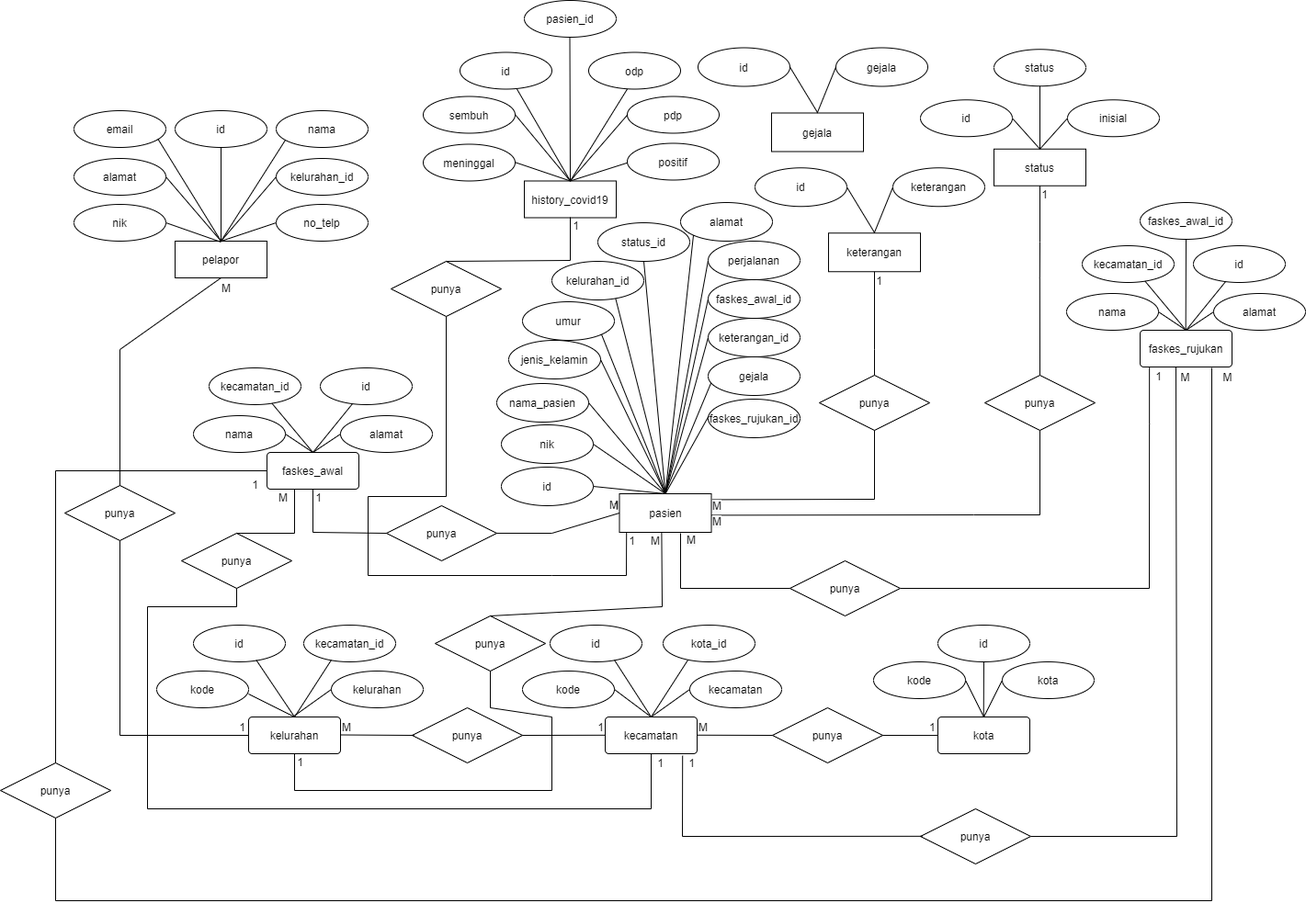
Above: ERD Covid-19.png in axxpxmd/flowchart (draw.io), before the change. Source tidied: cells renumbered, new cells last; positions are measured from the earlier drawing's top-left corner, leaving out a move shared by most shapes.
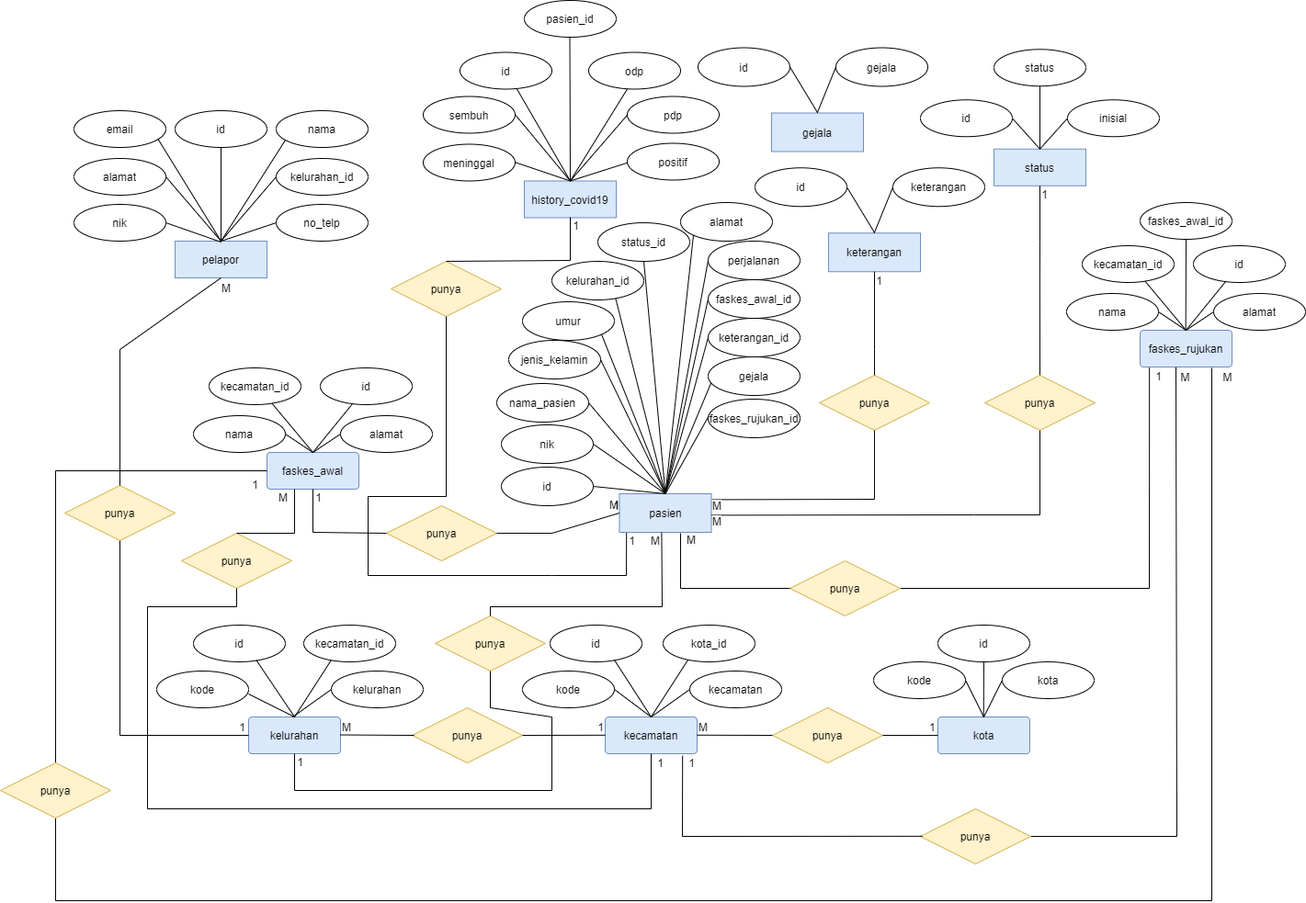
After the commit.

Change to the diagram source:
```diff
@@ -2,7 +2,7 @@
   <root>
     <mxCell id="0" />
     <mxCell id="1" parent="0" />
-    <mxCell id="2" value="pelapor" style="whiteSpace=wrap;html=1;align=center;" parent="1" vertex="1">
+    <mxCell id="2" value="pelapor" style="whiteSpace=wrap;html=1;align=center;fillColor=#dae8fc;strokeColor=#6c8ebf;" parent="1" vertex="1">
       <mxGeometry x="190" y="262" width="100" height="40" as="geometry" />
     </mxCell>
     <mxCell id="3" value="nik" style="ellipse;whiteSpace=wrap;html=1;align=center;" parent="1" vertex="1">
@@ -26,7 +26,7 @@
     <mxCell id="9" value="alamat" style="ellipse;whiteSpace=wrap;html=1;align=center;" parent="1" vertex="1">
       <mxGeometry x="80" y="172" width="100" height="40" as="geometry" />
     </mxCell>
-    <mxCell id="10" value="status" style="whiteSpace=wrap;html=1;align=center;" parent="1" vertex="1">
+    <mxCell id="10" value="status" style="whiteSpace=wrap;html=1;align=center;fillColor=#dae8fc;strokeColor=#6c8ebf;" parent="1" vertex="1">
       <mxGeometry x="1081" y="161.8" width="100" height="40" as="geometry" />
     </mxCell>
     <mxCell id="11" value="status" style="ellipse;whiteSpace=wrap;html=1;align=center;" parent="1" vertex="1">
@@ -35,7 +35,7 @@
     <mxCell id="12" value="inisial" style="ellipse;whiteSpace=wrap;html=1;align=center;" parent="1" vertex="1">
       <mxGeometry x="1161" y="108.2" width="100" height="40" as="geometry" />
     </mxCell>
-    <mxCell id="13" value="history_covid19" style="whiteSpace=wrap;html=1;align=center;" parent="1" vertex="1">
+    <mxCell id="13" value="history_covid19" style="whiteSpace=wrap;html=1;align=center;fillColor=#dae8fc;strokeColor=#6c8ebf;" parent="1" vertex="1">
       <mxGeometry x="570" y="196.5" width="100" height="40" as="geometry" />
     </mxCell>
     <mxCell id="14" value="odp" style="ellipse;whiteSpace=wrap;html=1;align=center;" parent="1" vertex="1">
@@ -53,7 +53,7 @@
     <mxCell id="18" value="meninggal" style="ellipse;whiteSpace=wrap;html=1;align=center;" parent="1" vertex="1">
       <mxGeometry x="460" y="156.5" width="100" height="40" as="geometry" />
     </mxCell>
-    <mxCell id="19" value="pasien" style="whiteSpace=wrap;html=1;align=center;verticalAlign=middle;" parent="1" vertex="1">
+    <mxCell id="19" value="pasien" style="whiteSpace=wrap;html=1;align=center;verticalAlign=middle;fillColor=#dae8fc;strokeColor=#6c8ebf;" parent="1" vertex="1">
       <mxGeometry x="673.5" y="537" width="100" height="42" as="geometry" />
     </mxCell>
     <mxCell id="20" value="alamat&lt;br&gt;" style="ellipse;whiteSpace=wrap;html=1;align=center;verticalAlign=middle;" parent="1" vertex="1">
@@ -114,7 +114,7 @@
     <mxCell id="37" style="endArrow=none;html=1;rounded=0;exitX=0.5;exitY=0;exitDx=0;exitDy=0;entryX=0;entryY=0.5;entryDx=0;entryDy=0;verticalAlign=middle;" parent="1" edge="1" source="19" target="27">
       <mxGeometry relative="1" as="geometry" />
     </mxCell>
-    <mxCell id="38" value="kelurahan" style="rounded=1;arcSize=10;whiteSpace=wrap;html=1;align=center;" parent="1" vertex="1">
+    <mxCell id="38" value="kelurahan" style="rounded=1;arcSize=10;whiteSpace=wrap;html=1;align=center;fillColor=#dae8fc;strokeColor=#6c8ebf;" parent="1" vertex="1">
       <mxGeometry x="270" y="780" width="100" height="40" as="geometry" />
     </mxCell>
     <mxCell id="39" value="kode" style="ellipse;whiteSpace=wrap;html=1;align=center;" parent="1" vertex="1">
@@ -123,7 +123,7 @@
     <mxCell id="40" value="kelurahan" style="ellipse;whiteSpace=wrap;html=1;align=center;" parent="1" vertex="1">
       <mxGeometry x="360" y="730" width="100" height="40" as="geometry" />
     </mxCell>
-    <mxCell id="41" value="kecamatan" style="rounded=1;arcSize=10;whiteSpace=wrap;html=1;align=center;" parent="1" vertex="1">
+    <mxCell id="41" value="kecamatan" style="rounded=1;arcSize=10;whiteSpace=wrap;html=1;align=center;fillColor=#dae8fc;strokeColor=#6c8ebf;" parent="1" vertex="1">
       <mxGeometry x="658" y="780" width="100" height="40" as="geometry" />
     </mxCell>
     <mxCell id="42" value="kode" style="ellipse;whiteSpace=wrap;html=1;align=center;" parent="1" vertex="1">
@@ -138,7 +138,7 @@
     <mxCell id="45" style="endArrow=none;html=1;rounded=0;exitX=1;exitY=0.5;exitDx=0;exitDy=0;entryX=0.5;entryY=0;entryDx=0;entryDy=0;" parent="1" edge="1" source="42" target="41">
       <mxGeometry relative="1" as="geometry" />
     </mxCell>
-    <mxCell id="46" value="kota" style="rounded=1;arcSize=10;whiteSpace=wrap;html=1;align=center;" parent="1" vertex="1">
+    <mxCell id="46" value="kota" style="rounded=1;arcSize=10;whiteSpace=wrap;html=1;align=center;fillColor=#dae8fc;strokeColor=#6c8ebf;" parent="1" vertex="1">
       <mxGeometry x="1020" y="780" width="100" height="40" as="geometry" />
     </mxCell>
     <mxCell id="47" value="kode" style="ellipse;whiteSpace=wrap;html=1;align=center;" parent="1" vertex="1">
@@ -153,7 +153,7 @@
     <mxCell id="50" style="endArrow=none;html=1;rounded=0;exitX=1;exitY=0.5;exitDx=0;exitDy=0;entryX=0.5;entryY=0;entryDx=0;entryDy=0;" parent="1" edge="1" source="47" target="46">
       <mxGeometry relative="1" as="geometry" />
     </mxCell>
-    <mxCell id="51" value="faskes_awal" style="rounded=1;arcSize=10;whiteSpace=wrap;html=1;align=center;" parent="1" vertex="1">
+    <mxCell id="51" value="faskes_awal" style="rounded=1;arcSize=10;whiteSpace=wrap;html=1;align=center;fillColor=#dae8fc;strokeColor=#6c8ebf;" parent="1" vertex="1">
       <mxGeometry x="290" y="492" width="100" height="40" as="geometry" />
     </mxCell>
     <mxCell id="52" value="nama" style="ellipse;whiteSpace=wrap;html=1;align=center;" parent="1" vertex="1">
@@ -181,7 +181,7 @@
         <mxPoint x="708" y="780" as="sourcePoint" />
       </mxGeometry>
     </mxCell>
-    <mxCell id="59" value="keterangan" style="whiteSpace=wrap;html=1;align=center;verticalAlign=middle;" parent="1" vertex="1">
+    <mxCell id="59" value="keterangan" style="whiteSpace=wrap;html=1;align=center;verticalAlign=middle;fillColor=#dae8fc;strokeColor=#6c8ebf;" parent="1" vertex="1">
       <mxGeometry x="901" y="253.2" width="100" height="42" as="geometry" />
     </mxCell>
     <mxCell id="60" value="&lt;span style=&quot;color: rgba(0 , 0 , 0 , 0) ; font-family: monospace ; font-size: 0px&quot;&gt;%3CmxGraphModel%3E%3Croot%3E%3CmxCell%20id%3D%220%22%2F%3E%3CmxCell%20id%3D%221%22%20parent%3D%220%22%2F%3E%3CmxCell%20id%3D%222%22%20value%3D%22keterangan_id%22%20style%3D%22ellipse%3BwhiteSpace%3Dwrap%3Bhtml%3D1%3Balign%3Dcenter%3BverticalAlign%3Dmiddle%3B%22%20vertex%3D%221%22%20parent%3D%221%22%3E%3CmxGeometry%20x%3D%22-150%22%20y%3D%22335%22%20width%3D%22100%22%20height%3D%2242%22%20as%3D%22geometry%22%2F%3E%3C%2FmxCell%3E%3C%2Froot%3E%3C%2FmxGraphModel%3E&lt;/span&gt;" style="text;html=1;align=center;verticalAlign=middle;" parent="1" vertex="1">
@@ -341,22 +341,22 @@
         <mxPoint x="682" y="96.5" as="targetPoint" />
       </mxGeometry>
     </mxCell>
-    <mxCell id="100" value="punya" style="shape=rhombus;perimeter=rhombusPerimeter;whiteSpace=wrap;html=1;align=center;" parent="1" vertex="1">
+    <mxCell id="100" value="punya" style="shape=rhombus;perimeter=rhombusPerimeter;whiteSpace=wrap;html=1;align=center;fillColor=#fff2cc;strokeColor=#d6b656;" parent="1" vertex="1">
       <mxGeometry x="891" y="408" width="120" height="60" as="geometry" />
     </mxCell>
-    <mxCell id="101" value="punya" style="shape=rhombus;perimeter=rhombusPerimeter;whiteSpace=wrap;html=1;align=center;" parent="1" vertex="1">
+    <mxCell id="101" value="punya" style="shape=rhombus;perimeter=rhombusPerimeter;whiteSpace=wrap;html=1;align=center;fillColor=#fff2cc;strokeColor=#d6b656;" parent="1" vertex="1">
       <mxGeometry x="1071" y="408" width="120" height="60" as="geometry" />
     </mxCell>
-    <mxCell id="102" value="punya" style="shape=rhombus;perimeter=rhombusPerimeter;whiteSpace=wrap;html=1;align=center;" parent="1" vertex="1">
+    <mxCell id="102" value="punya" style="shape=rhombus;perimeter=rhombusPerimeter;whiteSpace=wrap;html=1;align=center;fillColor=#fff2cc;strokeColor=#d6b656;" parent="1" vertex="1">
       <mxGeometry x="448" y="770" width="120" height="60" as="geometry" />
     </mxCell>
-    <mxCell id="103" value="punya" style="shape=rhombus;perimeter=rhombusPerimeter;whiteSpace=wrap;html=1;align=center;" parent="1" vertex="1">
+    <mxCell id="103" value="punya" style="shape=rhombus;perimeter=rhombusPerimeter;whiteSpace=wrap;html=1;align=center;fillColor=#fff2cc;strokeColor=#d6b656;" parent="1" vertex="1">
       <mxGeometry x="840" y="770" width="120" height="60" as="geometry" />
     </mxCell>
-    <mxCell id="104" value="punya" style="shape=rhombus;perimeter=rhombusPerimeter;whiteSpace=wrap;html=1;align=center;" parent="1" vertex="1">
+    <mxCell id="104" value="punya" style="shape=rhombus;perimeter=rhombusPerimeter;whiteSpace=wrap;html=1;align=center;fillColor=#fff2cc;strokeColor=#d6b656;" parent="1" vertex="1">
       <mxGeometry x="420" y="550" width="120" height="60" as="geometry" />
     </mxCell>
-    <mxCell id="105" value="punya" style="shape=rhombus;perimeter=rhombusPerimeter;whiteSpace=wrap;html=1;align=center;" parent="1" vertex="1">
+    <mxCell id="105" value="punya" style="shape=rhombus;perimeter=rhombusPerimeter;whiteSpace=wrap;html=1;align=center;fillColor=#fff2cc;strokeColor=#d6b656;" parent="1" vertex="1">
       <mxGeometry x="70" y="528" width="120" height="60" as="geometry" />
     </mxCell>
     <mxCell id="106" value="pasien_id" style="ellipse;whiteSpace=wrap;html=1;align=center;" parent="1" vertex="1">
@@ -367,7 +367,7 @@
         <mxPoint x="619.5" y="40" as="targetPoint" />
       </mxGeometry>
     </mxCell>
-    <mxCell id="108" value="punya" style="shape=rhombus;perimeter=rhombusPerimeter;whiteSpace=wrap;html=1;align=center;" parent="1" vertex="1">
+    <mxCell id="108" value="punya" style="shape=rhombus;perimeter=rhombusPerimeter;whiteSpace=wrap;html=1;align=center;fillColor=#fff2cc;strokeColor=#d6b656;" parent="1" vertex="1">
       <mxGeometry x="425" y="284" width="120" height="60" as="geometry" />
     </mxCell>
     <mxCell id="109" style="endArrow=none;html=1;rounded=0;" parent="1" edge="1">
@@ -535,7 +535,7 @@
     <mxCell id="137" style="endArrow=none;html=1;rounded=0;exitX=0.502;exitY=-0.048;exitDx=0;exitDy=0;verticalAlign=middle;exitPerimeter=0;entryX=0.031;entryY=0.678;entryDx=0;entryDy=0;entryPerimeter=0;" parent="1" edge="1" source="19" target="136">
       <mxGeometry relative="1" as="geometry" />
     </mxCell>
-    <mxCell id="138" value="gejala" style="whiteSpace=wrap;html=1;align=center;verticalAlign=middle;" parent="1" vertex="1">
+    <mxCell id="138" value="gejala" style="whiteSpace=wrap;html=1;align=center;verticalAlign=middle;fillColor=#dae8fc;strokeColor=#6c8ebf;" parent="1" vertex="1">
       <mxGeometry x="839" y="122.5" width="100" height="42" as="geometry" />
     </mxCell>
     <mxCell id="139" value="gejala" style="ellipse;whiteSpace=wrap;html=1;align=center;verticalAlign=middle;" parent="1" vertex="1">
@@ -554,13 +554,14 @@
         <mxPoint x="888.7" y="121.5" as="targetPoint" />
       </mxGeometry>
     </mxCell>
-    <mxCell id="143" value="punya" style="shape=rhombus;perimeter=rhombusPerimeter;whiteSpace=wrap;html=1;align=center;" parent="1" vertex="1">
+    <mxCell id="143" value="punya" style="shape=rhombus;perimeter=rhombusPerimeter;whiteSpace=wrap;html=1;align=center;fillColor=#fff2cc;strokeColor=#d6b656;" parent="1" vertex="1">
       <mxGeometry x="473" y="670" width="120" height="60" as="geometry" />
     </mxCell>
     <mxCell id="144" style="endArrow=none;html=1;rounded=0;exitX=0.459;exitY=1.007;exitDx=0;exitDy=0;exitPerimeter=0;entryX=0.5;entryY=0;entryDx=0;entryDy=0;" parent="1" edge="1" source="19" target="143">
       <mxGeometry relative="1" as="geometry">
         <Array as="points">
           <mxPoint x="720" y="660" />
+          <mxPoint x="533" y="660" />
         </Array>
       </mxGeometry>
     </mxCell>
@@ -586,7 +587,7 @@
     <mxCell id="149" style="endArrow=none;html=1;rounded=0;entryX=0.685;entryY=0.968;entryDx=0;entryDy=0;exitX=0.5;exitY=0;exitDx=0;exitDy=0;entryPerimeter=0;" parent="1" edge="1" source="51" target="147">
       <mxGeometry relative="1" as="geometry" />
     </mxCell>
-    <mxCell id="150" value="punya" style="shape=rhombus;perimeter=rhombusPerimeter;whiteSpace=wrap;html=1;align=center;" parent="1" vertex="1">
+    <mxCell id="150" value="punya" style="shape=rhombus;perimeter=rhombusPerimeter;whiteSpace=wrap;html=1;align=center;fillColor=#fff2cc;strokeColor=#d6b656;" parent="1" vertex="1">
       <mxGeometry x="197" y="580" width="120" height="60" as="geometry" />
     </mxCell>
     <mxCell id="151" style="endArrow=none;html=1;rounded=0;exitX=0.5;exitY=0;exitDx=0;exitDy=0;entryX=0.5;entryY=1;entryDx=0;entryDy=0;" parent="1" edge="1" source="150">
@@ -625,7 +626,7 @@
         <mxPoint x="770.4" y="452.7" as="targetPoint" />
       </mxGeometry>
     </mxCell>
-    <mxCell id="157" value="faskes_rujukan" style="rounded=1;arcSize=10;whiteSpace=wrap;html=1;align=center;" parent="1" vertex="1">
+    <mxCell id="157" value="faskes_rujukan" style="rounded=1;arcSize=10;whiteSpace=wrap;html=1;align=center;fillColor=#dae8fc;strokeColor=#6c8ebf;" parent="1" vertex="1">
       <mxGeometry x="1240" y="359" width="100" height="40" as="geometry" />
     </mxCell>
     <mxCell id="158" value="nama" style="ellipse;whiteSpace=wrap;html=1;align=center;" parent="1" vertex="1">
@@ -695,7 +696,7 @@
         </Array>
       </mxGeometry>
     </mxCell>
-    <mxCell id="175" value="punya" style="shape=rhombus;perimeter=rhombusPerimeter;whiteSpace=wrap;html=1;align=center;" parent="1" vertex="1">
+    <mxCell id="175" value="punya" style="shape=rhombus;perimeter=rhombusPerimeter;whiteSpace=wrap;html=1;align=center;fillColor=#fff2cc;strokeColor=#d6b656;" parent="1" vertex="1">
       <mxGeometry x="1001" y="880" width="120" height="60" as="geometry" />
     </mxCell>
     <mxCell id="176" style="endArrow=none;html=1;rounded=0;entryX=0;entryY=0.5;entryDx=0;entryDy=0;exitX=0.842;exitY=1.054;exitDx=0;exitDy=0;exitPerimeter=0;" parent="1" edge="1" source="41">
@@ -714,7 +715,7 @@
     <mxCell id="178" value="M" style="text;html=1;align=center;verticalAlign=middle;" parent="1" vertex="1">
       <mxGeometry x="1274" y="400" width="30" height="20" as="geometry" />
     </mxCell>
-    <mxCell id="179" value="punya" style="shape=rhombus;perimeter=rhombusPerimeter;whiteSpace=wrap;html=1;align=center;" parent="1" vertex="1">
+    <mxCell id="179" value="punya" style="shape=rhombus;perimeter=rhombusPerimeter;whiteSpace=wrap;html=1;align=center;fillColor=#fff2cc;strokeColor=#d6b656;" parent="1" vertex="1">
       <mxGeometry x="859" y="610" width="120" height="60" as="geometry" />
     </mxCell>
     <mxCell id="180" style="endArrow=none;html=1;rounded=0;exitX=0;exitY=0.5;exitDx=0;exitDy=0;entryX=0.5;entryY=1;entryDx=0;entryDy=0;" parent="1" edge="1" source="179">
@@ -740,7 +741,7 @@
         <mxPoint x="-178" y="-180.2" as="offset" />
       </mxGeometry>
     </mxCell>
-    <mxCell id="183" value="punya" style="shape=rhombus;perimeter=rhombusPerimeter;whiteSpace=wrap;html=1;align=center;" parent="1" vertex="1">
+    <mxCell id="183" value="punya" style="shape=rhombus;perimeter=rhombusPerimeter;whiteSpace=wrap;html=1;align=center;fillColor=#fff2cc;strokeColor=#d6b656;" parent="1" vertex="1">
       <mxGeometry y="830" width="120" height="60" as="geometry" />
     </mxCell>
     <mxCell id="184" value="1" style="text;html=1;align=center;verticalAlign=middle;" parent="1" vertex="1">
```
